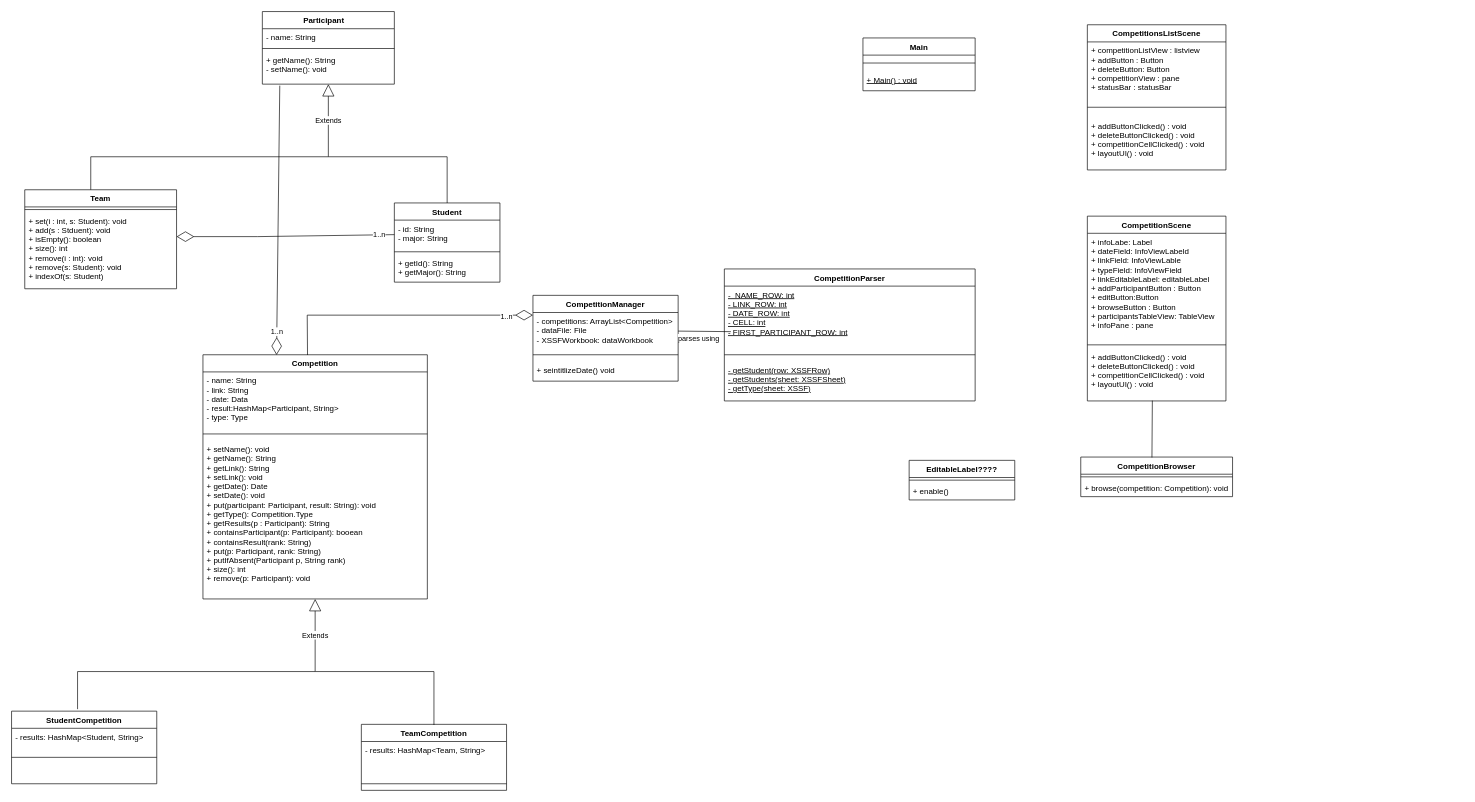
Earlier version of the draw.io diagram docs/phase2/class-diagram.drawio (AbdullahAXR/Competition-tracker). Source tidied: cells renumbered, new cells numbered last; positions are measured from the earlier drawing's top-left corner, leaving out a move shared by most shapes. Both pictures are drawn from the tidied source at 66%, with x=0, y=0 at pixel (11, 11).
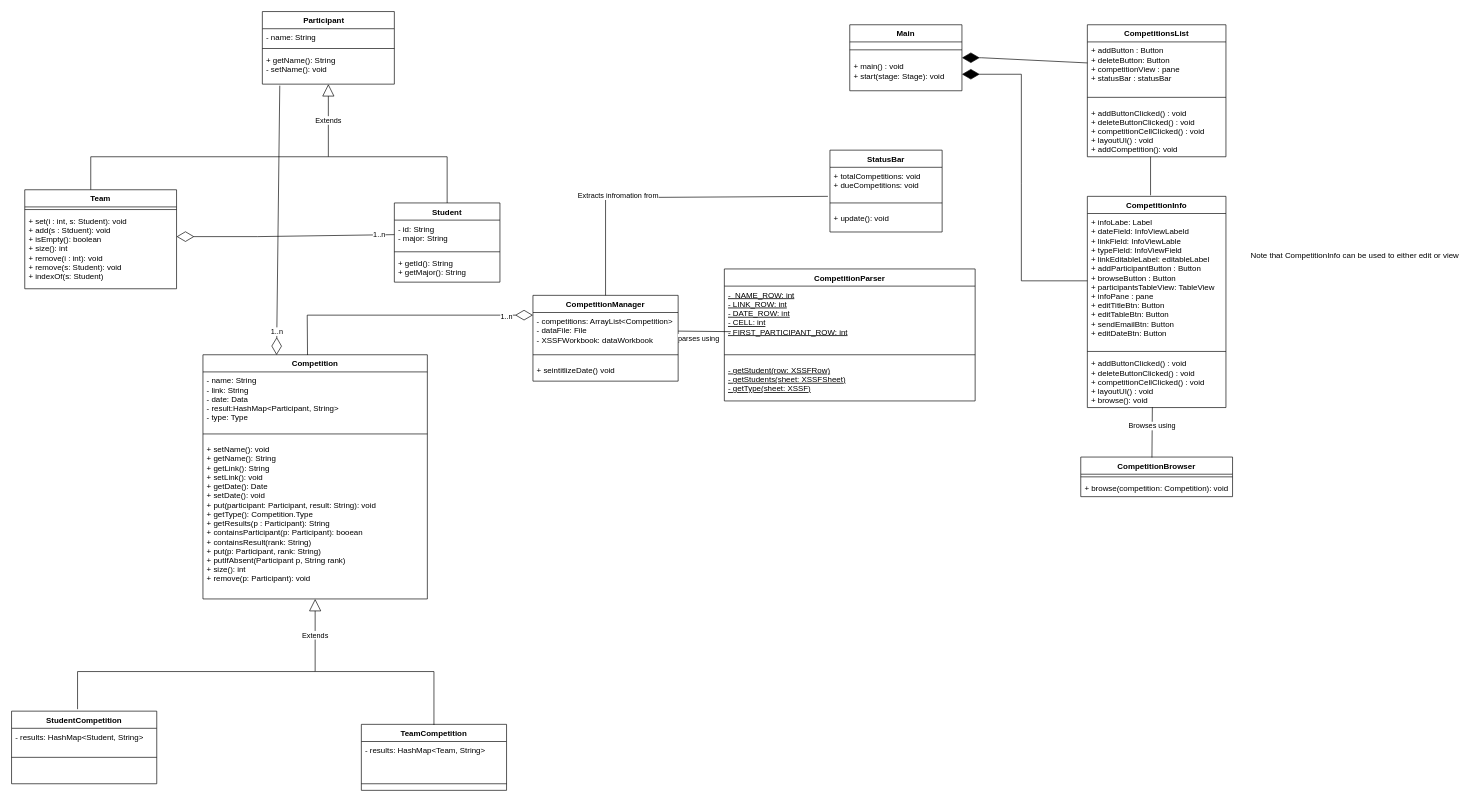
Above is the later version.

Commit message (it also covers changes not shown here):
docs: finished the class diagram

The change refers to these unchanged cells:
```xml
<mxCell id="17" value="CompetitionManager" style="swimlane;fontStyle=1;align=center;verticalAlign=top;horizontal=1;startSize=26;" parent="1" vertex="1">
  <mxGeometry x="790" y="430" width="220" height="130" as="geometry" />
</mxCell>
<mxCell id="60" style="endArrow=none;html=1;rounded=0;exitX=0.469;exitY=0.011;exitDx=0;exitDy=0;exitPerimeter=0;entryX=0.469;entryY=0.994;entryDx=0;entryDy=0;entryPerimeter=0;" parent="1" edge="1" source="57" target="16">
  <mxGeometry relative="1" as="geometry" />
</mxCell>
```

Change to the diagram source:
```diff
@@
     <mxCell id="2" value="Main" style="swimlane;fontStyle=1;align=center;verticalAlign=top;horizontal=1;startSize=26;" parent="1" vertex="1">
-      <mxGeometry x="1290" y="40" width="170" height="80" as="geometry" />
+      <mxGeometry x="1270" y="20" width="170" height="100" as="geometry" />
     </mxCell>
@@
-    <mxCell id="4" value="+ Main() : void" style="text;strokeColor=none;fillColor=none;align=left;verticalAlign=top;spacingLeft=4;spacingRight=4;overflow=hidden;points=[[0,0.5],[1,0.5]];portConstraint=eastwest;fontStyle=4;" parent="2" vertex="1">
-      <mxGeometry y="50" width="170" height="30" as="geometry" />
+    <mxCell id="4" value="+ main() : void&#10;+ start(stage: Stage): void&#10;" style="text;strokeColor=none;fillColor=none;align=left;verticalAlign=top;spacingLeft=4;spacingRight=4;overflow=hidden;points=[[0,0.5],[1,0.5]];portConstraint=eastwest;fontStyle=0;" parent="2" vertex="1">
+      <mxGeometry y="50" width="170" height="50" as="geometry" />
     </mxCell>
-    <mxCell id="5" value="CompetitionsListScene" style="swimlane;fontStyle=1;align=center;verticalAlign=top;horizontal=1;startSize=26;" parent="1" vertex="1">
-      <mxGeometry x="1630" y="20" width="210" height="220" as="geometry" />
+    <mxCell id="5" value="CompetitionsList" style="swimlane;fontStyle=1;align=center;verticalAlign=top;horizontal=1;startSize=26;" parent="1" vertex="1">
+      <mxGeometry x="1630" y="20" width="210" height="200" as="geometry" />
     </mxCell>
-    <mxCell id="6" value="+ competitionListView : listview&#10;+ addButton : Button&#10;+ deleteButton: Button&#10;+ competitionView : pane&#10;+ statusBar : statusBar" style="text;strokeColor=none;fillColor=none;align=left;verticalAlign=top;spacingLeft=4;spacingRight=4;overflow=hidden;points=[[0,0.5],[1,0.5]];portConstraint=eastwest;" parent="5" vertex="1">
-      <mxGeometry y="26" width="210" height="84" as="geometry" />
+    <mxCell id="6" value="+ addButton : Button&#10;+ deleteButton: Button&#10;+ competitionView : pane&#10;+ statusBar : statusBar" style="text;strokeColor=none;fillColor=none;align=left;verticalAlign=top;spacingLeft=4;spacingRight=4;overflow=hidden;points=[[0,0.5],[1,0.5]];portConstraint=eastwest;" parent="5" vertex="1">
+      <mxGeometry y="26" width="210" height="74" as="geometry" />
     </mxCell>
     <mxCell id="7" style="line;strokeWidth=1;fillColor=none;align=left;verticalAlign=middle;spacingTop=-1;spacingLeft=3;spacingRight=3;labelPosition=right;" parent="5" vertex="1">
-      <mxGeometry y="110" width="210" height="30" as="geometry" />
+      <mxGeometry y="100" width="210" height="20" as="geometry" />
     </mxCell>
-    <mxCell id="8" value="+ addButtonClicked() : void&#10;+ deleteButtonClicked() : void&#10;+ competitionCellClicked() : void&#10;+ layoutUI() : void&#10;&#10;" style="text;strokeColor=none;fillColor=none;align=left;verticalAlign=top;spacingLeft=4;spacingRight=4;overflow=hidden;points=[[0,0.5],[1,0.5]];portConstraint=eastwest;" parent="5" vertex="1">
-      <mxGeometry y="140" width="210" height="80" as="geometry" />
+    <mxCell id="8" value="+ addButtonClicked() : void&#10;+ deleteButtonClicked() : void&#10;+ competitionCellClicked() : void&#10;+ layoutUI() : void&#10;+ addCompetition(): void&#10;&#10;&#10;" style="text;strokeColor=none;fillColor=none;align=left;verticalAlign=top;spacingLeft=4;spacingRight=4;overflow=hidden;points=[[0,0.5],[1,0.5]];portConstraint=eastwest;" parent="5" vertex="1">
+      <mxGeometry y="120" width="210" height="80" as="geometry" />
     </mxCell>
@@
-    <mxCell id="13" value="CompetitionScene" style="swimlane;fontStyle=1;align=center;verticalAlign=top;horizontal=1;startSize=26;" parent="1" vertex="1">
-      <mxGeometry x="1630" y="310" width="210" height="280" as="geometry" />
+    <mxCell id="13" value="CompetitionInfo" style="swimlane;fontStyle=1;align=center;verticalAlign=top;horizontal=1;startSize=26;" parent="1" vertex="1">
+      <mxGeometry x="1630" y="280" width="210" height="320" as="geometry" />
     </mxCell>
-    <mxCell id="14" value="+ infoLabe: Label&#10;+ dateField: InfoViewLabeld&#10;+ linkField: InfoViewLable&#10;+ typeField: InfoViewField&#10;+ linkEditableLabel: editableLabel&#10;+ addParticipantButton : Button&#10;+ editButton:Button&#10;+ browseButton : Button&#10;+ participantsTableView: TableView&#10;+ infoPane : pane&#10;" style="text;strokeColor=none;fillColor=none;align=left;verticalAlign=top;spacingLeft=4;spacingRight=4;overflow=hidden;points=[[0,0.5],[1,0.5]];portConstraint=eastwest;" parent="13" vertex="1">
-      <mxGeometry y="26" width="210" height="164" as="geometry" />
+    <mxCell id="14" value="+ infoLabe: Label&#10;+ dateField: InfoViewLabeld&#10;+ linkField: InfoViewLable&#10;+ typeField: InfoViewField&#10;+ linkEditableLabel: editableLabel&#10;+ addParticipantButton : Button&#10;+ browseButton : Button&#10;+ participantsTableView: TableView&#10;+ infoPane : pane&#10;+ editTitleBtn: Button&#10;+ editTableBtn: Button&#10;+ sendEmailBtn: Button&#10;+ editDateBtn: Button&#10;&#10;" style="text;strokeColor=none;fillColor=none;align=left;verticalAlign=top;spacingLeft=4;spacingRight=4;overflow=hidden;points=[[0,0.5],[1,0.5]];portConstraint=eastwest;" parent="13" vertex="1">
+      <mxGeometry y="26" width="210" height="204" as="geometry" />
     </mxCell>
     <mxCell id="15" style="line;strokeWidth=1;fillColor=none;align=left;verticalAlign=middle;spacingTop=-1;spacingLeft=3;spacingRight=3;labelPosition=right;" parent="13" vertex="1">
-      <mxGeometry y="190" width="210" height="10" as="geometry" />
+      <mxGeometry y="230" width="210" height="10" as="geometry" />
     </mxCell>
-    <mxCell id="16" value="+ addButtonClicked() : void&#10;+ deleteButtonClicked() : void&#10;+ competitionCellClicked() : void&#10;+ layoutUI() : void&#10;&#10;" style="text;strokeColor=none;fillColor=none;align=left;verticalAlign=top;spacingLeft=4;spacingRight=4;overflow=hidden;points=[[0,0.5],[1,0.5]];portConstraint=eastwest;" parent="13" vertex="1">
-      <mxGeometry y="200" width="210" height="80" as="geometry" />
+    <mxCell id="16" value="+ addButtonClicked() : void&#10;+ deleteButtonClicked() : void&#10;+ competitionCellClicked() : void&#10;+ layoutUI() : void&#10;+ browse(): void&#10;&#10;" style="text;strokeColor=none;fillColor=none;align=left;verticalAlign=top;spacingLeft=4;spacingRight=4;overflow=hidden;points=[[0,0.5],[1,0.5]];portConstraint=eastwest;" parent="13" vertex="1">
+      <mxGeometry y="240" width="210" height="80" as="geometry" />
     </mxCell>
@@
-    <mxCell id="61" value="EditableLabel????" style="swimlane;fontStyle=1;align=center;verticalAlign=top;horizontal=1;startSize=26;" parent="1" vertex="1">
-      <mxGeometry x="1360" y="680" width="160" height="60" as="geometry" />
-    </mxCell>
-    <mxCell id="62" style="line;strokeWidth=1;fillColor=none;align=left;verticalAlign=middle;spacingTop=-1;spacingLeft=3;spacingRight=3;labelPosition=right;" parent="61" vertex="1">
-      <mxGeometry y="26" width="160" height="8" as="geometry" />
-    </mxCell>
-    <mxCell id="63" value="+ enable() " style="text;strokeColor=none;fillColor=none;align=left;verticalAlign=top;spacingLeft=4;spacingRight=4;overflow=hidden;" parent="61" vertex="1">
-      <mxGeometry y="34" width="160" height="26" as="geometry" />
-    </mxCell>
+    <mxCell id="64" value="Browses using" style="edgeLabel;html=1;align=center;verticalAlign=middle;" parent="60" vertex="1">
+      <mxGeometry x="0.25" y="1" relative="1" as="geometry" />
+    </mxCell>
+    <mxCell id="65" style="endArrow=none;html=1;rounded=0;exitX=0.456;exitY=-0.005;exitDx=0;exitDy=0;exitPerimeter=0;entryX=0.456;entryY=0.998;entryDx=0;entryDy=0;entryPerimeter=0;" parent="1" edge="1" source="13" target="8">
+      <mxGeometry relative="1" as="geometry" />
+    </mxCell>
+    <mxCell id="66" value="Note that CompetitionInfo can be used to either edit or view" style="text;html=1;align=center;verticalAlign=middle;strokeColor=none;fillColor=none;" parent="1" vertex="1">
+      <mxGeometry x="1870" y="360" width="330" height="20" as="geometry" />
+    </mxCell>
+    <mxCell id="67" style="endArrow=none;html=1;rounded=0;exitX=0.5;exitY=0;exitDx=0;exitDy=0;entryX=-0.018;entryY=1;entryDx=0;entryDy=0;entryPerimeter=0;" parent="1" edge="1" source="17" target="70">
+      <mxGeometry relative="1" as="geometry">
+        <Array as="points">
+          <mxPoint x="900" y="282" />
+        </Array>
+      </mxGeometry>
+    </mxCell>
+    <mxCell id="68" value="Extracts infromation from" style="edgeLabel;html=1;align=center;verticalAlign=middle;" parent="67" vertex="1">
+      <mxGeometry x="0.6" relative="1" as="geometry">
+        <mxPoint x="-221" y="-2" as="offset" />
+      </mxGeometry>
+    </mxCell>
+    <mxCell id="69" value="StatusBar" style="swimlane;fontStyle=1;align=center;verticalAlign=top;horizontal=1;startSize=26;" parent="1" vertex="1">
+      <mxGeometry x="1240" y="210" width="170" height="124" as="geometry" />
+    </mxCell>
+    <mxCell id="70" value="+ totalCompetitions: void&#10;+ dueCompetitions: void&#10;" style="text;strokeColor=none;fillColor=none;align=left;verticalAlign=top;spacingLeft=4;spacingRight=4;overflow=hidden;points=[[0,0.5],[1,0.5]];portConstraint=eastwest;" parent="69" vertex="1">
+      <mxGeometry y="26" width="170" height="44" as="geometry" />
+    </mxCell>
+    <mxCell id="71" style="line;strokeWidth=1;fillColor=none;align=left;verticalAlign=middle;spacingTop=-1;spacingLeft=3;spacingRight=3;labelPosition=right;" parent="69" vertex="1">
+      <mxGeometry y="70" width="170" height="20" as="geometry" />
+    </mxCell>
+    <mxCell id="72" value="+ update(): void" style="text;strokeColor=none;fillColor=none;align=left;verticalAlign=top;spacingLeft=4;spacingRight=4;overflow=hidden;" parent="69" vertex="1">
+      <mxGeometry y="90" width="170" height="34" as="geometry" />
+    </mxCell>
+    <mxCell id="73" style="endArrow=diamondThin;endFill=1;endSize=24;html=1;rounded=0;entryX=1;entryY=0.5;entryDx=0;entryDy=0;" parent="1" edge="1" source="6" target="2">
+      <mxGeometry relative="1" as="geometry">
+        <Array as="points">
+          <mxPoint x="1470" y="70" />
+        </Array>
+      </mxGeometry>
+    </mxCell>
+    <mxCell id="74" style="endArrow=diamondThin;endFill=1;endSize=24;html=1;rounded=0;entryX=1;entryY=0.5;entryDx=0;entryDy=0;exitX=0;exitY=0.5;exitDx=0;exitDy=0;" parent="1" edge="1" source="14" target="4">
+      <mxGeometry relative="1" as="geometry">
+        <Array as="points">
+          <mxPoint x="1530" y="408" />
+          <mxPoint x="1530" y="260" />
+          <mxPoint x="1530" y="95" />
+        </Array>
+      </mxGeometry>
+    </mxCell>
```
